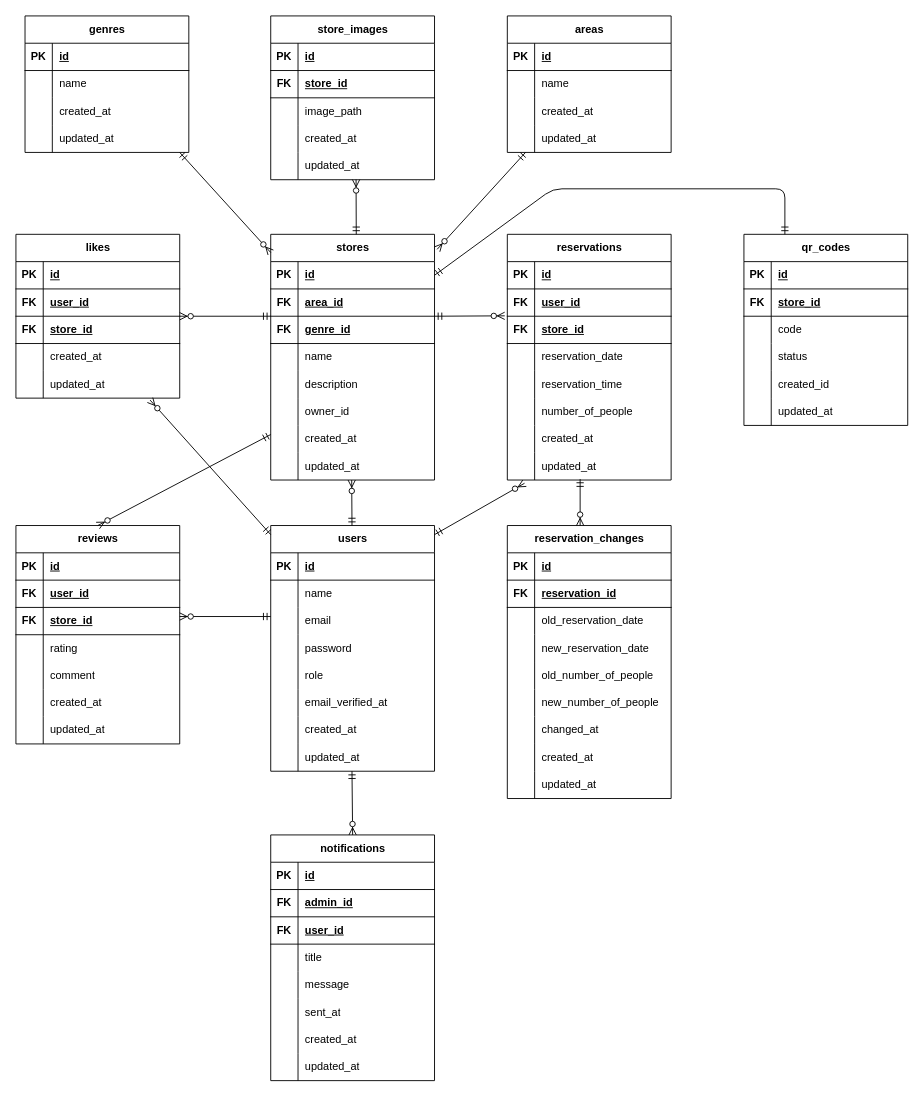
Above: er.drawio in kttmm717/rese (draw.io), before the change. Source tidied: cells renumbered, new cells numbered last; positions are measured from the earlier drawing's top-left corner, leaving out a move shared by most shapes. Both pictures are drawn from the tidied source at 91%, with x=0, y=0 at pixel (15, 15).
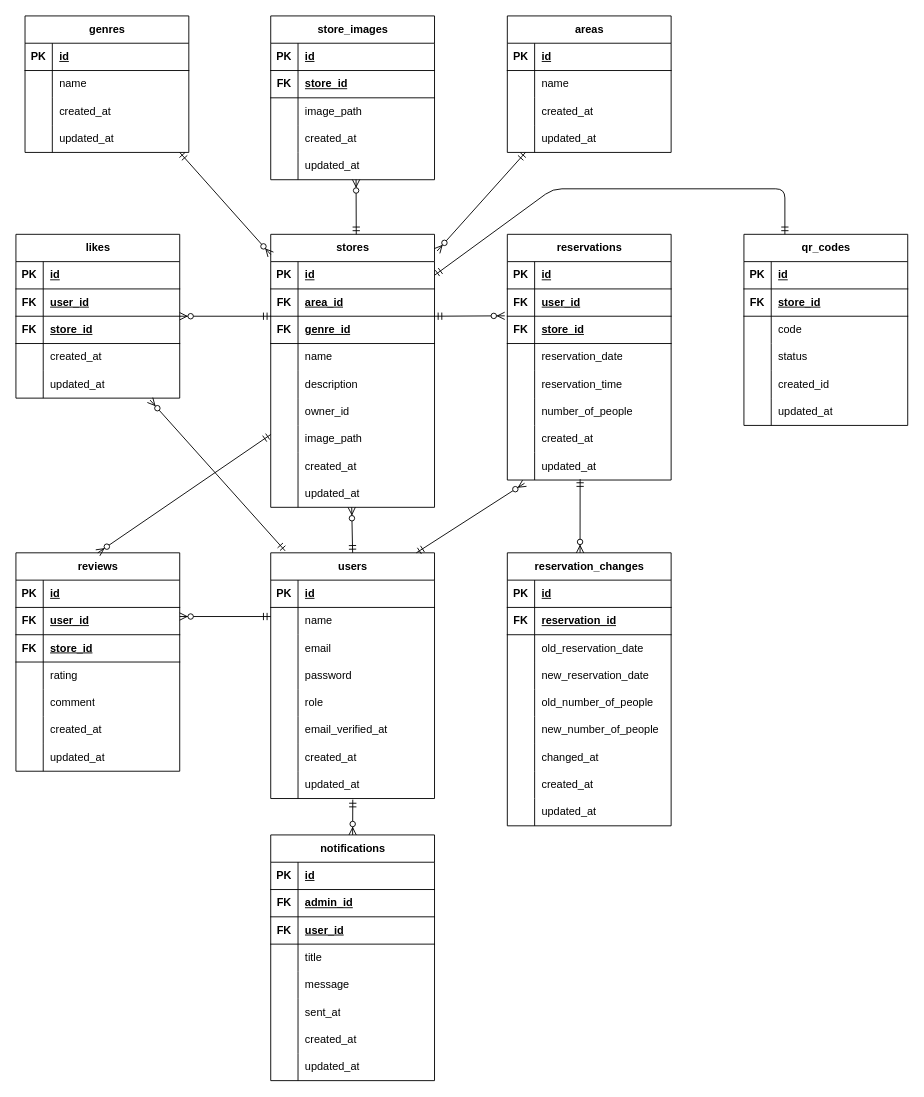
The same page after the edit.

The change refers to these unchanged cells:
```xml
<mxCell id="24" style="shape=tableRow;horizontal=0;startSize=0;swimlaneHead=0;swimlaneBody=0;fillColor=none;points=[[0,0.5],[1,0.5]];portConstraint=eastwest;top=0;left=0;right=0;bottom=0;" parent="2" vertex="1">
  <mxGeometry y="240" width="180" height="30" as="geometry" />
</mxCell>
<mxCell id="46" style="shape=tableRow;horizontal=0;startSize=0;swimlaneHead=0;swimlaneBody=0;fillColor=none;top=0;left=0;right=0;bottom=0;" parent="27" vertex="1">
  <mxGeometry y="210" width="180" height="30" as="geometry" />
</mxCell>
<mxCell id="49" style="shape=tableRow;horizontal=0;startSize=0;swimlaneHead=0;swimlaneBody=0;fillColor=none;top=0;left=0;right=0;bottom=0;" parent="27" vertex="1">
  <mxGeometry y="240" width="180" height="30" as="geometry" />
</mxCell>
<mxCell id="107" style="shape=tableRow;horizontal=0;startSize=0;swimlaneHead=0;swimlaneBody=0;fillColor=none;points=[[0,0.5],[1,0.5]];portConstraint=eastwest;top=0;left=0;right=0;bottom=0;" parent="94" vertex="1">
  <mxGeometry y="150" width="180" height="30" as="geometry" />
</mxCell>
<mxCell id="132" style="shape=tableRow;horizontal=0;startSize=0;swimlaneHead=0;swimlaneBody=0;fillColor=none;points=[[0,0.5],[1,0.5]];portConstraint=eastwest;top=0;left=0;right=0;bottom=0;" parent="110" vertex="1">
  <mxGeometry y="240" width="180" height="30" as="geometry" />
</mxCell>
<mxCell id="185" value="notifications" style="shape=table;startSize=30;childLayout=tableLayout;rowLines=0;fontStyle=1;align=center;html=1;" parent="1" vertex="1">
  <mxGeometry x="280" y="900" width="180" height="270" as="geometry" />
</mxCell>
```

Diff of the diagram source:
```diff
@@
     <mxCell id="2" value="users" style="shape=table;startSize=30;childLayout=tableLayout;rowLines=0;fontStyle=1;align=center;html=1;" parent="1" vertex="1">
-      <mxGeometry x="280" y="560" width="180" height="270" as="geometry" />
+      <mxGeometry x="280" y="590" width="180" height="270" as="geometry" />
     </mxCell>
@@
     <mxCell id="27" value="stores" style="shape=table;startSize=30;childLayout=tableLayout;rowLines=0;fontStyle=1;align=center;html=1;" parent="1" vertex="1">
-      <mxGeometry x="280" y="240" width="180" height="270" as="geometry" />
+      <mxGeometry x="280" y="240" width="180" height="300" as="geometry" />
     </mxCell>
@@
-    <mxCell id="48" value="&lt;span style=&quot;color: rgb(0, 0, 0);&quot;&gt;created_at&lt;/span&gt;" style="shape=partialRectangle;fillColor=none;top=0;left=0;bottom=0;right=0;align=left;spacingLeft=6;overflow=hidden;whiteSpace=wrap;html=1;" parent="46" vertex="1">
+    <mxCell id="48" value="image_path" style="shape=partialRectangle;fillColor=none;top=0;left=0;bottom=0;right=0;align=left;spacingLeft=6;overflow=hidden;whiteSpace=wrap;html=1;" parent="46" vertex="1">
       <mxGeometry x="30" width="150" height="30" as="geometry" />
     </mxCell>
@@
-    <mxCell id="51" value="&lt;span style=&quot;color: rgb(0, 0, 0);&quot;&gt;updated_at&lt;/span&gt;" style="shape=partialRectangle;fillColor=none;top=0;left=0;bottom=0;right=0;align=left;spacingLeft=6;overflow=hidden;whiteSpace=wrap;html=1;" parent="49" vertex="1">
+    <mxCell id="51" value="&lt;span style=&quot;color: rgb(0, 0, 0);&quot;&gt;created_at&lt;/span&gt;" style="shape=partialRectangle;fillColor=none;top=0;left=0;bottom=0;right=0;align=left;spacingLeft=6;overflow=hidden;whiteSpace=wrap;html=1;" parent="49" vertex="1">
       <mxGeometry x="30" width="150" height="30" as="geometry" />
     </mxCell>
+    <mxCell id="242" style="shape=tableRow;horizontal=0;startSize=0;swimlaneHead=0;swimlaneBody=0;fillColor=none;top=0;left=0;right=0;bottom=0;" parent="27" vertex="1">
+      <mxGeometry y="270" width="180" height="30" as="geometry" />
+    </mxCell>
+    <mxCell id="243" style="shape=partialRectangle;fillColor=none;top=0;left=0;bottom=0;right=0;overflow=hidden;whiteSpace=wrap;html=1;" parent="242" vertex="1">
+      <mxGeometry width="30" height="30" as="geometry" />
+    </mxCell>
+    <mxCell id="244" value="&lt;span style=&quot;color: rgb(0, 0, 0);&quot;&gt;updated_at&lt;/span&gt;" style="shape=partialRectangle;fillColor=none;top=0;left=0;bottom=0;right=0;align=left;spacingLeft=6;overflow=hidden;whiteSpace=wrap;html=1;" parent="242" vertex="1">
+      <mxGeometry x="30" width="150" height="30" as="geometry" />
+    </mxCell>
@@
     <mxCell id="135" value="reservation_changes" style="shape=table;startSize=30;childLayout=tableLayout;rowLines=0;fontStyle=1;align=center;html=1;" parent="1" vertex="1">
-      <mxGeometry x="540" y="560" width="180" height="300" as="geometry" />
+      <mxGeometry x="540" y="590" width="180" height="300" as="geometry" />
     </mxCell>
@@
     <mxCell id="163" value="reviews" style="shape=table;startSize=30;childLayout=tableLayout;rowLines=0;fontStyle=1;align=center;html=1;" parent="1" vertex="1">
-      <mxGeometry y="560" width="180" height="240" as="geometry" />
+      <mxGeometry y="590" width="180" height="240" as="geometry" />
     </mxCell>
@@
-    <mxCell id="234" style="fontSize=12;html=1;endArrow=ERzeroToMany;startArrow=ERmandOne;" parent="1" edge="1">
+    <mxCell id="234" style="fontSize=12;html=1;endArrow=ERzeroToMany;startArrow=ERmandOne;exitX=0.5;exitY=0;exitDx=0;exitDy=0;" parent="1" edge="1" source="2">
       <mxGeometry relative="1" as="geometry">
-        <mxPoint x="369.3" y="560" as="sourcePoint" />
-        <mxPoint x="369" y="510" as="targetPoint" />
+        <mxPoint x="369" y="540" as="targetPoint" />
       </mxGeometry>
     </mxCell>
-    <mxCell id="235" style="fontSize=12;html=1;endArrow=ERzeroToMany;startArrow=ERmandOne;entryX=0.105;entryY=1.119;entryDx=0;entryDy=0;entryPerimeter=0;" parent="1" edge="1" target="132">
-      <mxGeometry relative="1" as="geometry">
-        <mxPoint x="460" y="570" as="sourcePoint" />
-      </mxGeometry>
+    <mxCell id="235" style="fontSize=12;html=1;endArrow=ERzeroToMany;startArrow=ERmandOne;entryX=0.105;entryY=1.119;entryDx=0;entryDy=0;entryPerimeter=0;exitX=0.889;exitY=0;exitDx=0;exitDy=0;exitPerimeter=0;" parent="1" edge="1" source="2" target="132">
+      <mxGeometry relative="1" as="geometry" />
     </mxCell>
-    <mxCell id="236" style="fontSize=12;html=1;endArrow=ERzeroToMany;startArrow=ERmandOne;" parent="1" edge="1">
+    <mxCell id="236" style="fontSize=12;html=1;endArrow=ERzeroToMany;startArrow=ERmandOne;entryX=0.444;entryY=0;entryDx=0;entryDy=0;entryPerimeter=0;" parent="1" edge="1" target="135">
       <mxGeometry relative="1" as="geometry">
         <mxPoint x="620" y="509" as="sourcePoint" />
-        <mxPoint x="620" y="560" as="targetPoint" />
       </mxGeometry>
     </mxCell>
@@
-    <mxCell id="239" style="fontSize=12;html=1;endArrow=ERzeroToMany;startArrow=ERmandOne;entryX=0.5;entryY=0;entryDx=0;entryDy=0;exitX=0.5;exitY=0;exitDx=0;exitDy=0;" parent="1" edge="1" target="185">
-      <mxGeometry relative="1" as="geometry">
-        <mxPoint x="369.3" y="830" as="sourcePoint" />
-      </mxGeometry>
+    <mxCell id="239" style="fontSize=12;html=1;endArrow=ERzeroToMany;startArrow=ERmandOne;entryX=0.5;entryY=0;entryDx=0;entryDy=0;exitX=0.501;exitY=1.039;exitDx=0;exitDy=0;exitPerimeter=0;" parent="1" edge="1" source="24" target="185">
+      <mxGeometry relative="1" as="geometry" />
     </mxCell>
@@
-    <mxCell id="241" style="fontSize=12;html=1;endArrow=ERzeroToMany;startArrow=ERmandOne;entryX=0.819;entryY=1.071;entryDx=0;entryDy=0;entryPerimeter=0;" parent="1" edge="1" target="107">
-      <mxGeometry relative="1" as="geometry">
-        <mxPoint x="280" y="570" as="sourcePoint" />
-      </mxGeometry>
+    <mxCell id="241" style="fontSize=12;html=1;endArrow=ERzeroToMany;startArrow=ERmandOne;entryX=0.819;entryY=1.071;entryDx=0;entryDy=0;entryPerimeter=0;exitX=0.088;exitY=-0.008;exitDx=0;exitDy=0;exitPerimeter=0;" parent="1" edge="1" source="2" target="107">
+      <mxGeometry relative="1" as="geometry" />
     </mxCell>
```
